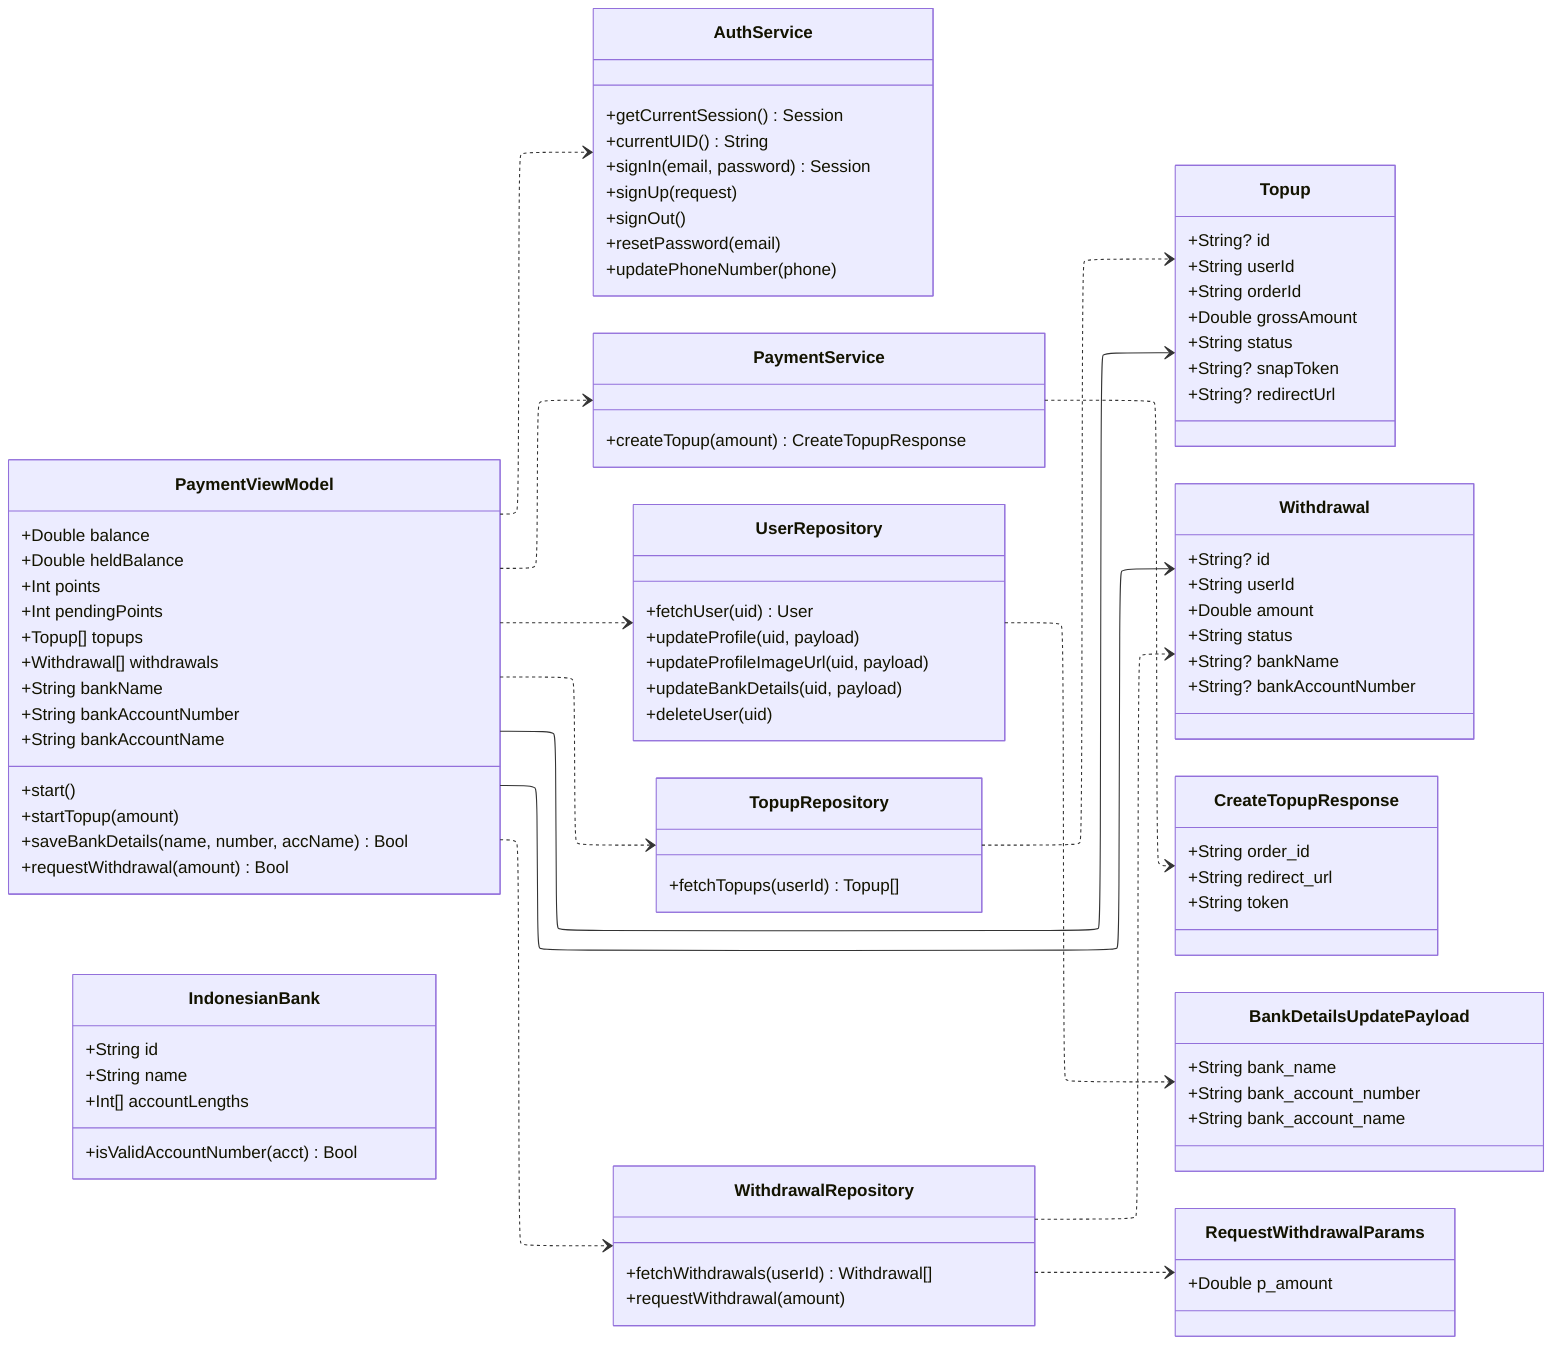
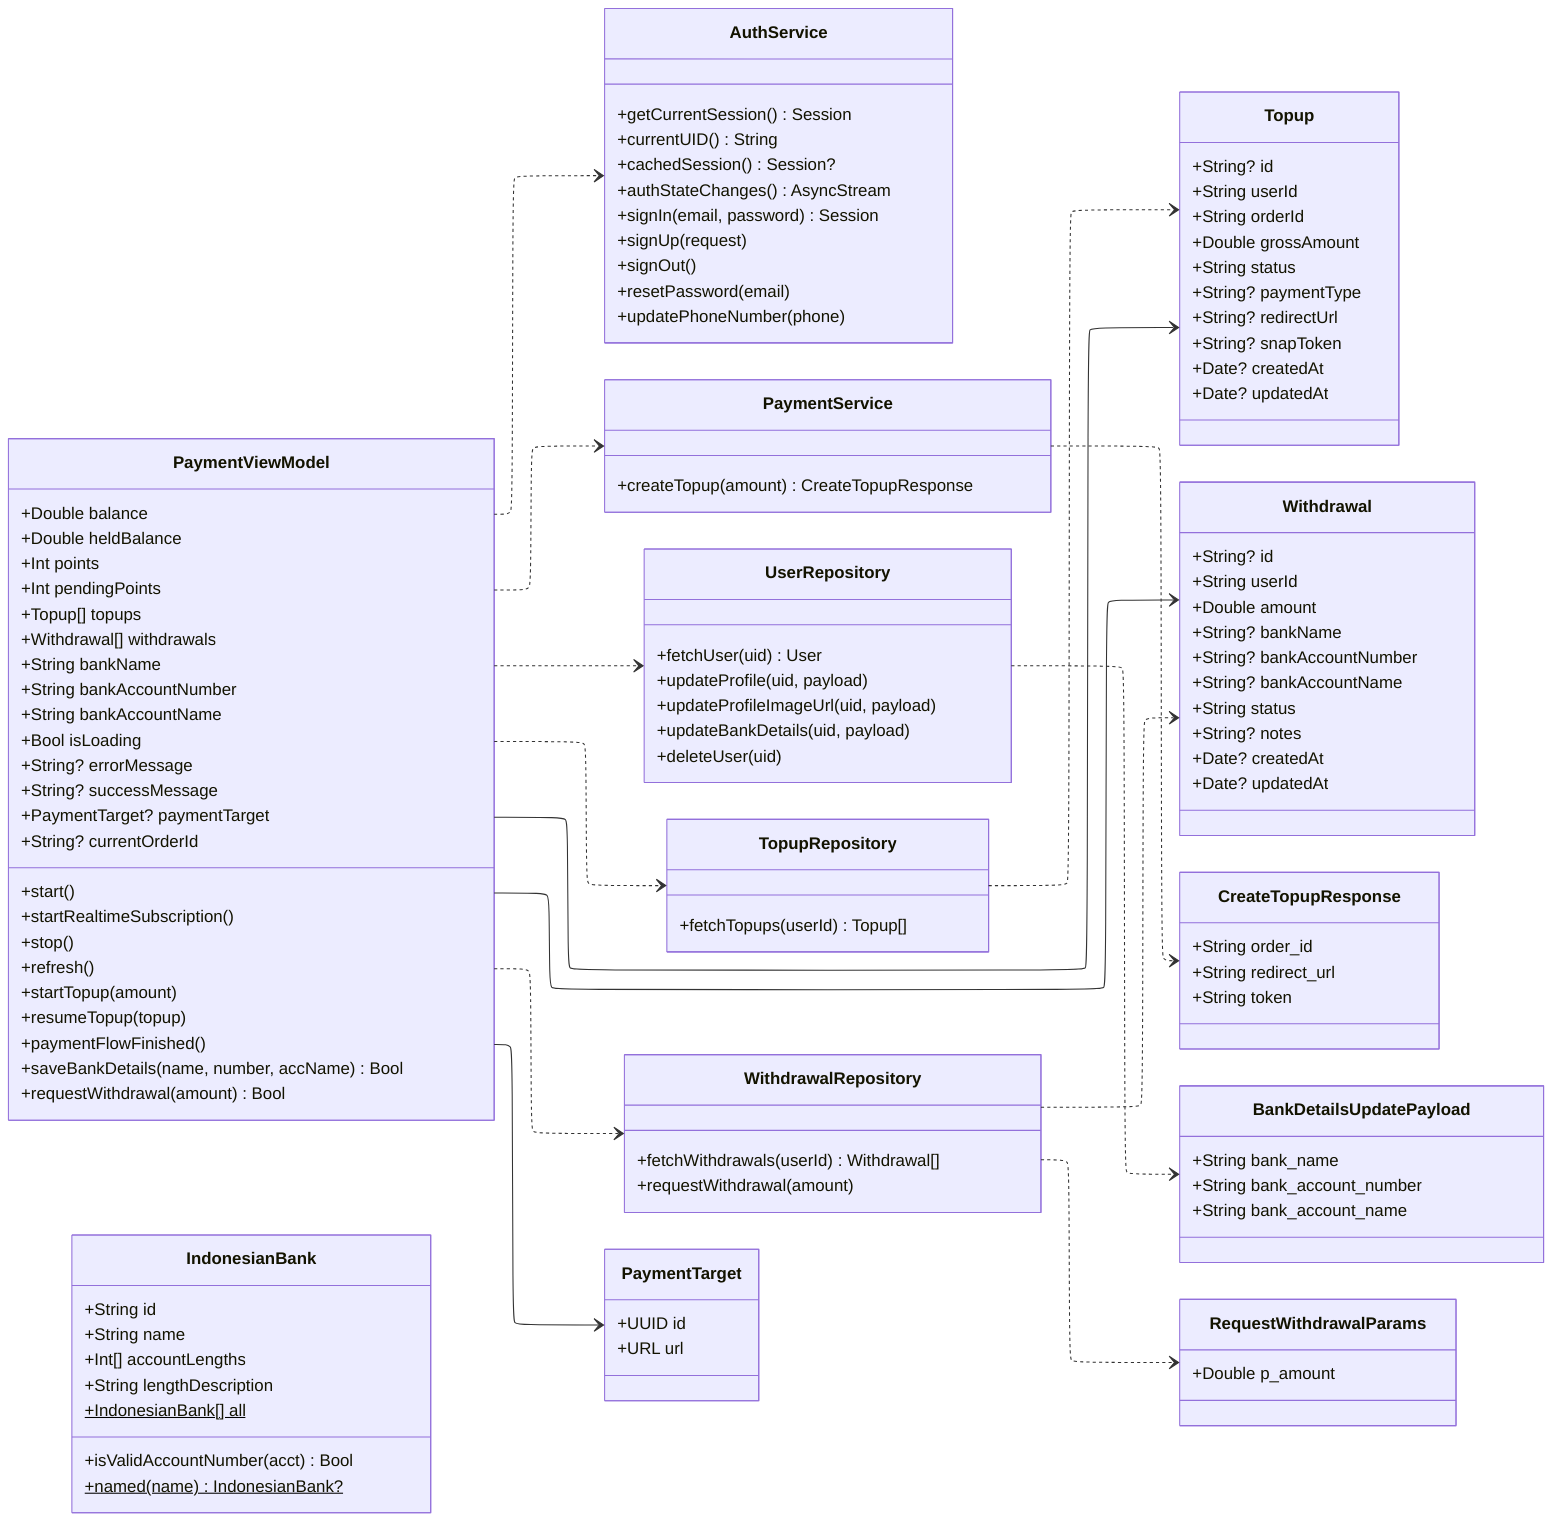
---
config:
  layout: elk
  elk:
    nodePlacementStrategy: LINEAR_SEGMENTS
    mergeEdges: false
---
classDiagram
    direction LR

    class AuthService {
        +getCurrentSession() Session
        +currentUID() String
+         +cachedSession() Session?
+         +authStateChanges() AsyncStream
        +signIn(email, password) Session
        +signUp(request)
        +signOut()
        +resetPassword(email)
        +updatePhoneNumber(phone)
    }
    class PaymentService {
        +createTopup(amount) CreateTopupResponse
    }
    class UserRepository {
        +fetchUser(uid) User
        +updateProfile(uid, payload)
        +updateProfileImageUrl(uid, payload)
        +updateBankDetails(uid, payload)
        +deleteUser(uid)
    }
    class TopupRepository {
        +fetchTopups(userId) Topup[]
    }
    class WithdrawalRepository {
        +fetchWithdrawals(userId) Withdrawal[]
        +requestWithdrawal(amount)
    }
    class PaymentViewModel {
        +Double balance
        +Double heldBalance
        +Int points
        +Int pendingPoints
        +Topup[] topups
        +Withdrawal[] withdrawals
        +String bankName
        +String bankAccountNumber
        +String bankAccountName
+         +Bool isLoading
+         +String? errorMessage
+         +String? successMessage
+         +PaymentTarget? paymentTarget
+         +String? currentOrderId
        +start()
+         +startRealtimeSubscription()
+         +stop()
+         +refresh()
        +startTopup(amount)
+         +resumeTopup(topup)
+         +paymentFlowFinished()
        +saveBankDetails(name, number, accName) Bool
        +requestWithdrawal(amount) Bool
    }
    class Topup {
        +String? id
        +String userId
        +String orderId
        +Double grossAmount
        +String status
+         +String? paymentType
+         +String? redirectUrl
        +String? snapToken
-         +String? redirectUrl
+         +Date? createdAt
+         +Date? updatedAt
    }
    class Withdrawal {
        +String? id
        +String userId
        +Double amount
-         +String status
        +String? bankName
        +String? bankAccountNumber
+         +String? bankAccountName
+         +String status
+         +String? notes
+         +Date? createdAt
+         +Date? updatedAt
    }
    class IndonesianBank {
        +String id
        +String name
        +Int[] accountLengths
+         +String lengthDescription
+         +IndonesianBank[] all$
        +isValidAccountNumber(acct) Bool
+         +named(name) IndonesianBank?$
    }
    class CreateTopupResponse {
        +String order_id
        +String redirect_url
        +String token
    }
    class BankDetailsUpdatePayload {
        +String bank_name
        +String bank_account_number
        +String bank_account_name
    }
    class RequestWithdrawalParams {
        +Double p_amount
    }
+     class PaymentTarget {
+         +UUID id
+         +URL url
+     }

    PaymentViewModel ..> PaymentService
    PaymentViewModel ..> TopupRepository
    PaymentViewModel ..> WithdrawalRepository
    PaymentViewModel ..> UserRepository
    PaymentViewModel ..> AuthService
    PaymentViewModel --> Topup
    PaymentViewModel --> Withdrawal
+     PaymentViewModel --> PaymentTarget
    PaymentService ..> CreateTopupResponse
    TopupRepository ..> Topup
    WithdrawalRepository ..> Withdrawal
    WithdrawalRepository ..> RequestWithdrawalParams
    UserRepository ..> BankDetailsUpdatePayload

